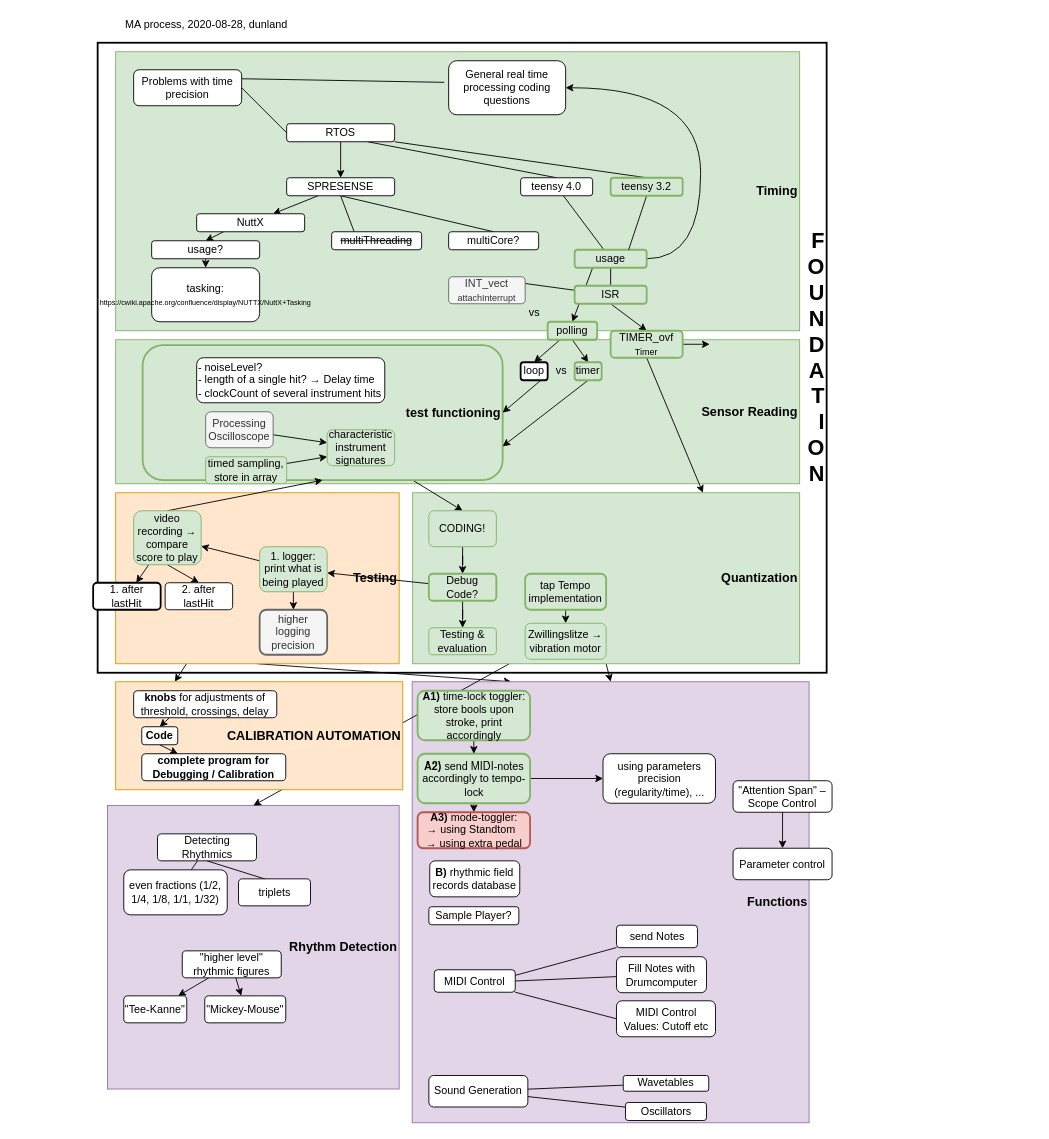
The draw.io diagram page "Progress" (1 of 5) of muscle/Doc/MA_progress.drawio in dunland/muscle, before the edit. Source tidied: cells renumbered, new cells numbered last; positions are measured from the earlier drawing's top-left corner, leaving out a move shared by most shapes. Both pictures are drawn from the tidied source at 90%, with x=0, y=0 at pixel (93, 15).
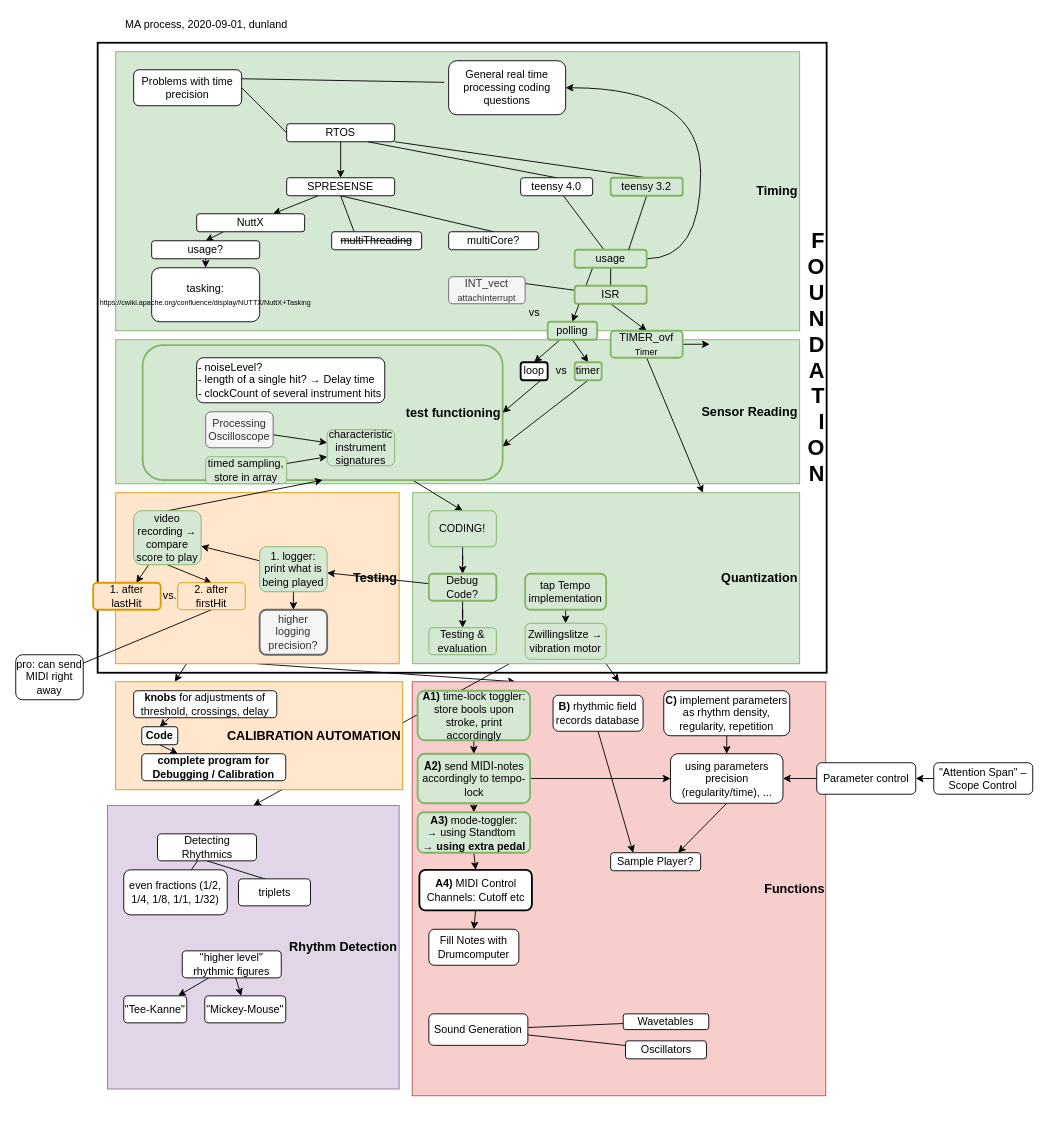
The same diagram, later.

What changed in the source:
```diff
@@
-    <mxCell id="34" value="&lt;font size=&quot;1&quot;&gt;&lt;b style=&quot;font-size: 14px&quot;&gt;Functions&lt;br&gt;&lt;/b&gt;&lt;/font&gt;" style="rounded=0;whiteSpace=wrap;html=1;align=right;fillColor=#e1d5e7;strokeColor=#9673a6;" parent="1" vertex="1">
-      <mxGeometry x="354.5" y="740" width="441" height="490" as="geometry" />
+    <mxCell id="34" value="&lt;font size=&quot;1&quot;&gt;&lt;b style=&quot;font-size: 14px&quot;&gt;Functions&lt;br&gt;&lt;/b&gt;&lt;/font&gt;" style="rounded=0;whiteSpace=wrap;html=1;align=right;fillColor=#f8cecc;strokeColor=#b85450;" parent="1" vertex="1">
+      <mxGeometry x="354.5" y="740" width="459.5" height="460" as="geometry" />
     </mxCell>
     <mxCell id="35" value="Sample Player?" style="rounded=1;whiteSpace=wrap;html=1;" parent="1" vertex="1">
-      <mxGeometry x="373" y="990" width="100" height="20" as="geometry" />
+      <mxGeometry x="575" y="930" width="100" height="20" as="geometry" />
     </mxCell>
@@
     <mxCell id="38" value="Sound Generation" style="rounded=1;whiteSpace=wrap;html=1;" parent="1" vertex="1">
-      <mxGeometry x="373" y="1177.5" width="110" height="35" as="geometry" />
+      <mxGeometry x="373" y="1109" width="110" height="35" as="geometry" />
     </mxCell>
     <mxCell id="39" value="Wavetables" style="rounded=1;whiteSpace=wrap;html=1;" parent="1" vertex="1">
-      <mxGeometry x="589" y="1177.5" width="95" height="17.5" as="geometry" />
+      <mxGeometry x="589" y="1109" width="95" height="17.5" as="geometry" />
     </mxCell>
     <mxCell id="40" value="Oscillators" style="rounded=1;whiteSpace=wrap;html=1;" parent="1" vertex="1">
-      <mxGeometry x="591.5" y="1207.5" width="90" height="20" as="geometry" />
+      <mxGeometry x="591.5" y="1139" width="90" height="20" as="geometry" />
     </mxCell>
@@
     <mxCell id="42" value="&quot;Attention Span&quot; ‒ Scope Control" style="rounded=1;whiteSpace=wrap;html=1;" parent="1" vertex="1">
-      <mxGeometry x="711" y="850" width="110" height="35" as="geometry" />
+      <mxGeometry x="934" y="830" width="110" height="35" as="geometry" />
     </mxCell>
+    <mxCell id="125" style="edgeStyle=none;rounded=0;jettySize=auto;html=1;endArrow=classic;endFill=1;" parent="1" edge="1" source="43" target="119">
+      <mxGeometry relative="1" as="geometry" />
+    </mxCell>
     <mxCell id="43" value="Parameter control" style="rounded=1;whiteSpace=wrap;html=1;" parent="1" vertex="1">
-      <mxGeometry x="711" y="925" width="110" height="35" as="geometry" />
+      <mxGeometry x="804" y="830" width="110" height="35" as="geometry" />
     </mxCell>
@@
-    <mxCell id="54" value="&lt;div align=&quot;left&quot;&gt;MA process, 2020-08-28, dunland&lt;br&gt;&lt;/div&gt;" style="text;html=1;strokeColor=none;fillColor=none;align=left;verticalAlign=middle;whiteSpace=wrap;rounded=0;" parent="1" vertex="1">
+    <mxCell id="54" value="&lt;div align=&quot;left&quot;&gt;MA process, 2020-09-01, dunland&lt;br&gt;&lt;/div&gt;" style="text;html=1;strokeColor=none;fillColor=none;align=left;verticalAlign=middle;whiteSpace=wrap;rounded=0;" parent="1" vertex="1">
       <mxGeometry x="34" width="350" height="20" as="geometry" />
     </mxCell>
@@
-    <mxCell id="61" style="edgeStyle=none;rounded=0;jettySize=auto;html=1;endArrow=none;endFill=0;exitX=1;exitY=0.25;exitDx=0;exitDy=0;" parent="1" edge="1" source="64" target="65">
-      <mxGeometry relative="1" as="geometry" />
-    </mxCell>
-    <mxCell id="62" style="edgeStyle=none;rounded=0;jettySize=auto;html=1;exitX=1;exitY=0.5;exitDx=0;exitDy=0;endArrow=none;endFill=0;" parent="1" edge="1" source="64" target="66">
-      <mxGeometry relative="1" as="geometry" />
-    </mxCell>
-    <mxCell id="63" style="edgeStyle=none;rounded=0;jettySize=auto;html=1;exitX=1;exitY=1;exitDx=0;exitDy=0;entryX=0;entryY=0.5;entryDx=0;entryDy=0;endArrow=none;endFill=0;" parent="1" edge="1" source="64" target="67">
-      <mxGeometry relative="1" as="geometry" />
-    </mxCell>
-    <mxCell id="64" value="MIDI Control" style="rounded=1;whiteSpace=wrap;html=1;" parent="1" vertex="1">
-      <mxGeometry x="379" y="1060" width="90" height="25" as="geometry" />
-    </mxCell>
-    <mxCell id="65" value="send Notes" style="rounded=1;whiteSpace=wrap;html=1;" parent="1" vertex="1">
-      <mxGeometry x="581.5" y="1010.5" width="90" height="25" as="geometry" />
-    </mxCell>
     <mxCell id="66" value="Fill Notes with Drumcomputer" style="rounded=1;whiteSpace=wrap;html=1;" parent="1" vertex="1">
-      <mxGeometry x="581.5" y="1045.5" width="100" height="40" as="geometry" />
+      <mxGeometry x="373" y="1015" width="100" height="40" as="geometry" />
     </mxCell>
-    <mxCell id="67" value="MIDI Control Values: Cutoff etc" style="rounded=1;whiteSpace=wrap;html=1;" parent="1" vertex="1">
-      <mxGeometry x="581.5" y="1094.5" width="110" height="40" as="geometry" />
-    </mxCell>
@@
-    <mxCell id="101" value="1. after lastHit" style="rounded=1;whiteSpace=wrap;html=1;strokeWidth=2;" parent="1" vertex="1">
+    <mxCell id="101" value="1. after lastHit" style="rounded=1;whiteSpace=wrap;html=1;strokeWidth=2;fillColor=#ffe6cc;strokeColor=#d79b00;" parent="1" vertex="1">
       <mxGeometry y="630" width="75" height="30" as="geometry" />
     </mxCell>
+    <mxCell id="126" value="pro: can send MIDI right away" style="rounded=1;whiteSpace=wrap;html=1;strokeWidth=1;" parent="1" vertex="1">
+      <mxGeometry x="-86" y="710" width="75" height="50" as="geometry" />
+    </mxCell>
@@
+    <mxCell id="127" style="rounded=0;jettySize=auto;html=1;exitX=0.5;exitY=1;exitDx=0;exitDy=0;endArrow=none;endFill=0;" parent="1" edge="1" source="109" target="126">
+      <mxGeometry relative="1" as="geometry" />
+    </mxCell>
-    <mxCell id="109" value="2. after lastHit" style="rounded=1;whiteSpace=wrap;html=1;strokeWidth=1;" parent="1" vertex="1">
-      <mxGeometry x="80" y="630" width="75" height="30" as="geometry" />
+    <mxCell id="109" value="2. after firstHit" style="rounded=1;whiteSpace=wrap;html=1;strokeWidth=1;fillColor=#ffe6cc;strokeColor=#d79b00;" parent="1" vertex="1">
+      <mxGeometry x="94" y="630" width="75" height="30" as="geometry" />
     </mxCell>
@@
+    <mxCell id="128" style="edgeStyle=none;rounded=0;jettySize=auto;html=1;exitX=0.5;exitY=1;exitDx=0;exitDy=0;entryX=0.75;entryY=0;entryDx=0;entryDy=0;endArrow=classic;endFill=1;" parent="1" edge="1" source="119" target="35">
+      <mxGeometry relative="1" as="geometry" />
+    </mxCell>
     <mxCell id="119" value="using parameters precision (regularity/time), ..." style="rounded=1;whiteSpace=wrap;html=1;strokeWidth=1;" parent="1" vertex="1">
-      <mxGeometry x="566.5" y="820" width="125" height="55" as="geometry" />
+      <mxGeometry x="641.5" y="820" width="125" height="55" as="geometry" />
     </mxCell>
+    <mxCell id="129" style="edgeStyle=none;rounded=0;jettySize=auto;html=1;exitX=0.5;exitY=1;exitDx=0;exitDy=0;entryX=0.25;entryY=0;entryDx=0;entryDy=0;endArrow=classic;endFill=1;" parent="1" edge="1" source="120" target="35">
+      <mxGeometry relative="1" as="geometry" />
+    </mxCell>
     <mxCell id="120" value="&lt;b&gt;B)&lt;/b&gt; rhythmic field records database" style="rounded=1;whiteSpace=wrap;html=1;" parent="1" vertex="1">
-      <mxGeometry x="374" y="939" width="100" height="40" as="geometry" />
+      <mxGeometry x="511" y="755" width="100" height="40" as="geometry" />
     </mxCell>
@@
-    <mxCell id="123" value="higher logging precision" style="rounded=1;whiteSpace=wrap;html=1;strokeWidth=2;fillColor=#f5f5f5;strokeColor=#666666;fontColor=#333333;" parent="1" vertex="1">
+    <mxCell id="123" value="higher logging precision?" style="rounded=1;whiteSpace=wrap;html=1;strokeWidth=2;fillColor=#f5f5f5;strokeColor=#666666;fontColor=#333333;" parent="1" vertex="1">
       <mxGeometry x="185" y="660" width="75" height="50" as="geometry" />
     </mxCell>
+    <mxCell id="130" style="edgeStyle=none;rounded=0;jettySize=auto;html=1;exitX=0.5;exitY=1;exitDx=0;exitDy=0;entryX=0.5;entryY=0;entryDx=0;entryDy=0;endArrow=classic;endFill=1;" parent="1" edge="1" source="124" target="133">
+      <mxGeometry relative="1" as="geometry" />
+    </mxCell>
-    <mxCell id="124" value="&lt;b&gt;A3)&lt;/b&gt;&amp;nbsp;mode-toggler:&lt;br&gt;→ using Standtom&amp;nbsp;&amp;nbsp;&lt;br&gt;→ using extra pedal" style="rounded=1;whiteSpace=wrap;html=1;strokeWidth=2;fillColor=#f8cecc;strokeColor=#b85450;" parent="1" vertex="1">
-      <mxGeometry x="360.5" y="885" width="125" height="40" as="geometry" />
+    <mxCell id="124" value="&lt;b&gt;A3)&lt;/b&gt;&amp;nbsp;mode-toggler:&lt;br&gt;→ using Standtom&amp;nbsp;&amp;nbsp;&lt;br&gt;&lt;b&gt;→ using extra pedal&lt;/b&gt;" style="rounded=1;whiteSpace=wrap;html=1;strokeWidth=2;fillColor=#d5e8d4;strokeColor=#82b366;" parent="1" vertex="1">
+      <mxGeometry x="360.5" y="885" width="125" height="45" as="geometry" />
     </mxCell>
+    <mxCell id="131" value="vs." style="text;html=1;strokeColor=none;fillColor=none;align=center;verticalAlign=middle;whiteSpace=wrap;rounded=0;" parent="1" vertex="1">
+      <mxGeometry x="66" y="635" width="38.5" height="20" as="geometry" />
+    </mxCell>
+    <mxCell id="132" style="edgeStyle=none;rounded=0;jettySize=auto;html=1;exitX=0.5;exitY=1;exitDx=0;exitDy=0;entryX=0.5;entryY=0;entryDx=0;entryDy=0;endArrow=classic;endFill=1;" parent="1" edge="1" source="133" target="66">
+      <mxGeometry relative="1" as="geometry" />
+    </mxCell>
+    <mxCell id="133" value="&lt;b&gt;A4)&lt;/b&gt;&amp;nbsp;MIDI Control Channels: Cutoff etc" style="rounded=1;whiteSpace=wrap;html=1;strokeWidth=2;" parent="1" vertex="1">
+      <mxGeometry x="362.5" y="949" width="125" height="45" as="geometry" />
+    </mxCell>
+    <mxCell id="134" style="edgeStyle=none;rounded=0;jettySize=auto;html=1;exitX=0.5;exitY=1;exitDx=0;exitDy=0;entryX=0.5;entryY=0;entryDx=0;entryDy=0;endArrow=classic;endFill=1;" parent="1" edge="1" source="135" target="119">
+      <mxGeometry relative="1" as="geometry" />
+    </mxCell>
+    <mxCell id="135" value="&lt;b&gt;C)&lt;/b&gt;&amp;nbsp;implement parameters as rhythm density, regularity, repetition" style="rounded=1;whiteSpace=wrap;html=1;" parent="1" vertex="1">
+      <mxGeometry x="634" y="750" width="140" height="50" as="geometry" />
+    </mxCell>
```
